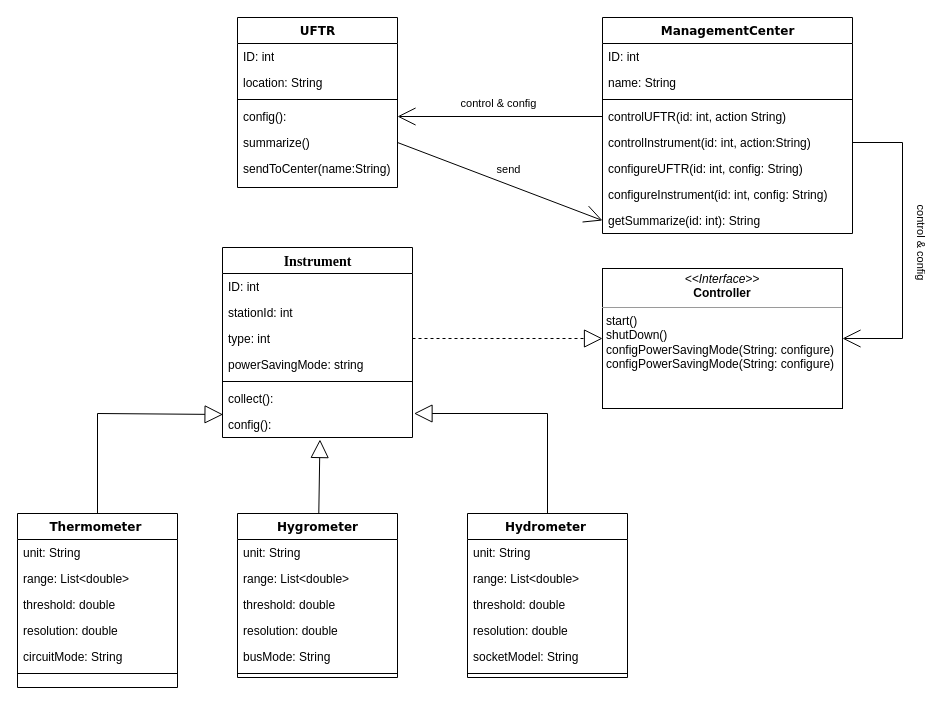
Above: drawio/class-diagram.drawio in hyperv0id/Pictures (draw.io), before the change. Source tidied: cells renumbered, new cells numbered last; positions are measured from the earlier drawing's top-left corner, leaving out a move shared by most shapes. Both pictures are drawn from the tidied source at 100%, with x=0, y=0 at pixel (17, 17).
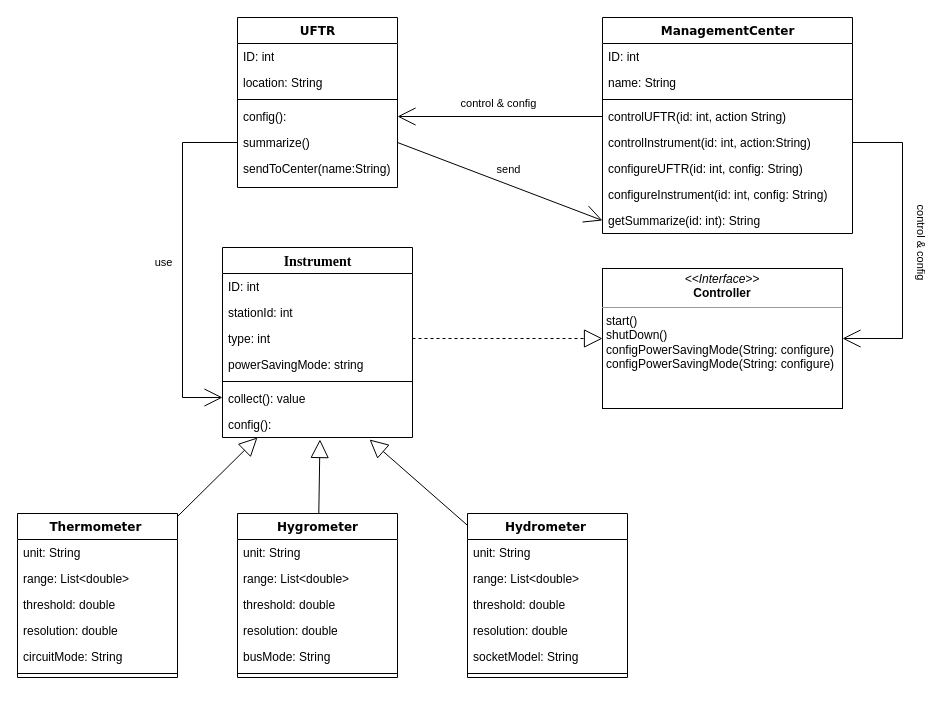
The same diagram, later.

The change refers to these unchanged cells:
```xml
<mxCell id="19" value="Hydrometer&amp;nbsp;" style="swimlane;html=1;fontStyle=1;align=center;verticalAlign=top;horizontal=1;startSize=26;swimlaneFillColor=#ffffff;rounded=0;shadow=0;comic=0;labelBackgroundColor=none;strokeWidth=1;fillColor=none;fontFamily=Verdana;fontSize=12;" parent="1" vertex="1">
  <mxGeometry x="450" y="496" width="160" height="164" as="geometry" />
</mxCell>
<mxCell id="31" value="summarize()" style="text;html=1;strokeColor=none;fillColor=none;align=left;verticalAlign=top;spacingLeft=4;spacingRight=4;whiteSpace=wrap;overflow=hidden;points=[[0,0.5],[1,0.5]];portConstraint=eastwest;" parent="26" vertex="1">
  <mxGeometry y="112" width="160" height="26" as="geometry" />
</mxCell>
<mxCell id="43" value="&lt;span style=&quot;font-size:10.5pt;mso-bidi-font-size:&lt;br/&gt;12.0pt;font-family:&amp;quot;Times New Roman&amp;quot;,serif;mso-fareast-font-family:宋体;&lt;br/&gt;mso-ansi-language:EN-US;mso-fareast-language:ZH-CN;mso-bidi-language:AR-SA&quot; lang=&quot;EN-US&quot;&gt;Instrument&lt;/span&gt;" style="swimlane;html=1;fontStyle=1;align=center;verticalAlign=top;horizontal=1;startSize=26;swimlaneFillColor=#ffffff;rounded=0;shadow=0;comic=0;labelBackgroundColor=none;strokeWidth=1;fillColor=none;fontFamily=Verdana;fontSize=12;" parent="1" vertex="1">
  <mxGeometry x="205" y="230" width="190" height="190" as="geometry" />
</mxCell>
<mxCell id="50" value="config():&amp;nbsp;" style="text;html=1;strokeColor=none;fillColor=none;align=left;verticalAlign=top;spacingLeft=4;spacingRight=4;whiteSpace=wrap;overflow=hidden;points=[[0,0.5],[1,0.5]];portConstraint=eastwest;" parent="43" vertex="1">
  <mxGeometry y="164" width="190" height="26" as="geometry" />
</mxCell>
```

What changed in the source:
```diff
@@
-    <mxCell id="2" style="edgeStyle=orthogonalEdgeStyle;rounded=0;html=1;labelBackgroundColor=none;startArrow=none;startFill=0;startSize=8;endArrow=block;endFill=0;endSize=16;fontFamily=Verdana;fontSize=12;entryX=0.003;entryY=0.115;entryDx=0;entryDy=0;entryPerimeter=0;" parent="1" edge="1" source="3" target="50">
-      <mxGeometry relative="1" as="geometry">
-        <Array as="points">
-          <mxPoint x="80" y="396" />
-        </Array>
-      </mxGeometry>
+    <mxCell id="2" style="rounded=0;html=1;labelBackgroundColor=none;startArrow=none;startFill=0;startSize=8;endArrow=block;endFill=0;endSize=16;fontFamily=Verdana;fontSize=12;entryX=0.184;entryY=1;entryDx=0;entryDy=0;entryPerimeter=0;" parent="1" edge="1" source="3" target="50">
+      <mxGeometry relative="1" as="geometry" />
     </mxCell>
     <mxCell id="3" value="Thermometer&amp;nbsp;" style="swimlane;html=1;fontStyle=1;align=center;verticalAlign=top;horizontal=1;startSize=26;swimlaneFillColor=#ffffff;rounded=0;shadow=0;comic=0;labelBackgroundColor=none;strokeWidth=1;fillColor=none;fontFamily=Verdana;fontSize=12;" parent="1" vertex="1">
-      <mxGeometry y="496" width="160" height="174" as="geometry" />
+      <mxGeometry y="496" width="160" height="164" as="geometry" />
     </mxCell>
@@
-    <mxCell id="18" style="edgeStyle=orthogonalEdgeStyle;rounded=0;html=1;labelBackgroundColor=none;startArrow=none;startFill=0;startSize=8;endArrow=block;endFill=0;endSize=16;fontFamily=Verdana;fontSize=12;entryX=1.008;entryY=0.077;entryDx=0;entryDy=0;entryPerimeter=0;" parent="1" edge="1" source="19" target="50">
-      <mxGeometry relative="1" as="geometry">
-        <Array as="points">
-          <mxPoint x="530" y="396" />
-        </Array>
-      </mxGeometry>
+    <mxCell id="18" style="rounded=0;html=1;labelBackgroundColor=none;startArrow=none;startFill=0;startSize=8;endArrow=block;endFill=0;endSize=16;fontFamily=Verdana;fontSize=12;entryX=0.774;entryY=1.077;entryDx=0;entryDy=0;entryPerimeter=0;" parent="1" edge="1" source="19" target="50">
+      <mxGeometry relative="1" as="geometry" />
     </mxCell>
@@
-    <mxCell id="49" value="collect():&amp;nbsp;" style="text;html=1;strokeColor=none;fillColor=none;align=left;verticalAlign=top;spacingLeft=4;spacingRight=4;whiteSpace=wrap;overflow=hidden;" parent="43" vertex="1">
+    <mxCell id="49" value="collect(): value" style="text;html=1;strokeColor=none;fillColor=none;align=left;verticalAlign=top;spacingLeft=4;spacingRight=4;whiteSpace=wrap;overflow=hidden;" parent="43" vertex="1">
       <mxGeometry y="138" width="190" height="26" as="geometry" />
     </mxCell>
@@
+    <mxCell id="58" style="rounded=0;html=1;labelBackgroundColor=none;startArrow=none;startFill=0;startSize=8;endArrow=open;endFill=0;endSize=16;fontFamily=Verdana;fontSize=12;exitX=0;exitY=0.5;exitDx=0;exitDy=0;edgeStyle=orthogonalEdgeStyle;" parent="1" edge="1" source="31">
+      <mxGeometry relative="1" as="geometry">
+        <mxPoint x="205" y="380" as="targetPoint" />
+        <Array as="points">
+          <mxPoint x="165" y="125" />
+          <mxPoint x="165" y="380" />
+          <mxPoint x="205" y="380" />
+        </Array>
+      </mxGeometry>
+    </mxCell>
+    <mxCell id="59" value="use" style="edgeLabel;html=1;align=center;verticalAlign=middle;" parent="58" vertex="1">
+      <mxGeometry x="-0.17" y="-1" relative="1" as="geometry">
+        <mxPoint x="-19" y="29" as="offset" />
+      </mxGeometry>
+    </mxCell>
```
